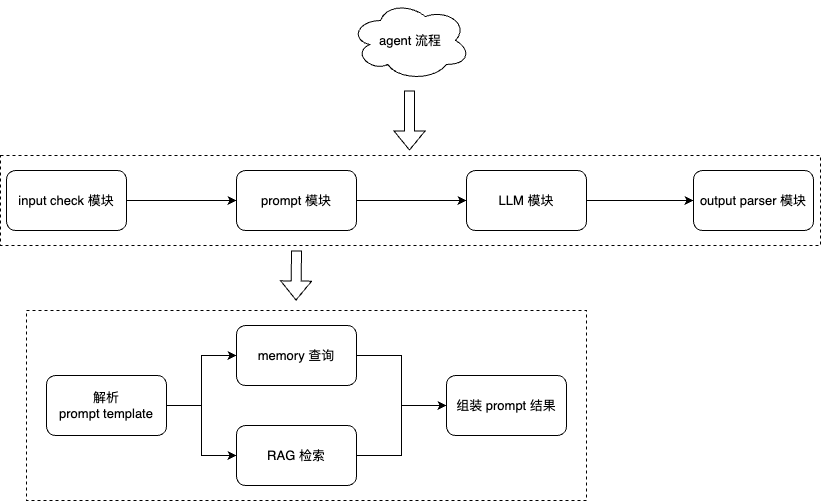
Above: 大模型应用之agent流程图.png in liujunao/draw-data (draw.io), before the change. Source tidied: cells renumbered, new cells last; positions are measured from the earlier drawing's top-left corner, leaving out a move shared by most shapes.
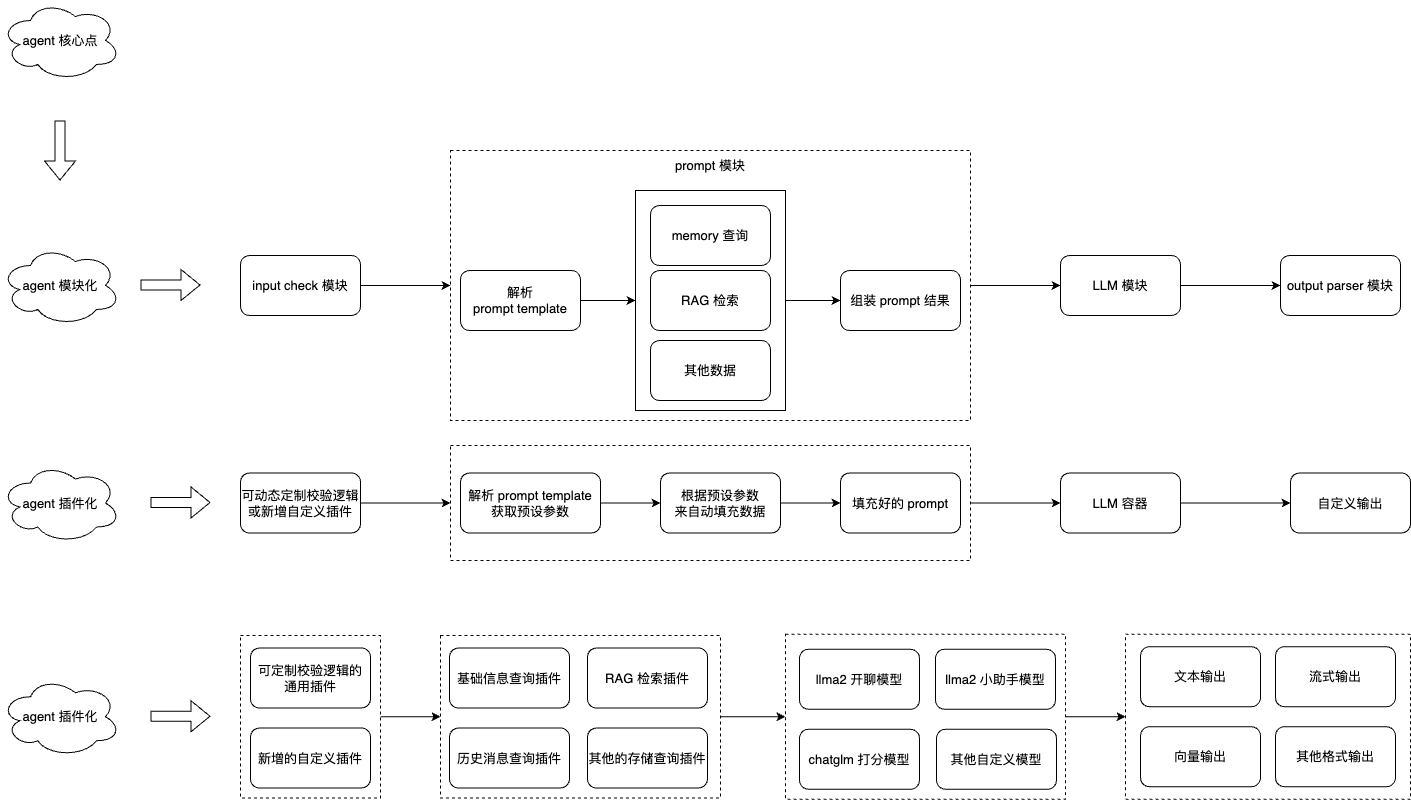
Above is the later version.

Commit message:
更新大模型应用之agent流程图.png

The edit, as a diff of the source:
```diff
@@ -2,71 +2,188 @@
   <root>
     <mxCell id="0" />
     <mxCell id="1" parent="0" />
-    <mxCell id="2" style="rounded=0;whiteSpace=wrap;html=1;dashed=1;" parent="1" vertex="1">
-      <mxGeometry y="155" width="820" height="90" as="geometry" />
-    </mxCell>
+    <mxCell id="22" style="edgeStyle=orthogonalEdgeStyle;rounded=0;jettySize=auto;html=1;exitX=1;exitY=0.5;exitDx=0;exitDy=0;entryX=0;entryY=0.5;entryDx=0;entryDy=0;" parent="1" edge="1" source="23" target="50">
+      <mxGeometry relative="1" as="geometry" />
+    </mxCell>
+    <mxCell id="23" style="rounded=0;whiteSpace=wrap;html=1;dashed=1;" parent="1" vertex="1">
+      <mxGeometry x="260" y="555" width="140" height="162.5" as="geometry" />
+    </mxCell>
+    <mxCell id="24" style="edgeStyle=orthogonalEdgeStyle;rounded=0;jettySize=auto;html=1;exitX=1;exitY=0.5;exitDx=0;exitDy=0;" parent="1" edge="1" source="25" target="43">
+      <mxGeometry relative="1" as="geometry" />
+    </mxCell>
+    <mxCell id="25" style="rounded=0;whiteSpace=wrap;html=1;dashed=1;" parent="1" vertex="1">
+      <mxGeometry x="470" y="365" width="520" height="115" as="geometry" />
+    </mxCell>
+    <mxCell id="26" style="edgeStyle=orthogonalEdgeStyle;rounded=0;jettySize=auto;html=1;exitX=1;exitY=0.5;exitDx=0;exitDy=0;" parent="1" edge="1" source="27" target="9">
+      <mxGeometry relative="1" as="geometry" />
+    </mxCell>
+    <mxCell id="27" style="rounded=0;whiteSpace=wrap;html=1;dashed=1;" parent="1" vertex="1">
+      <mxGeometry x="470" y="70" width="520" height="270" as="geometry" />
+    </mxCell>
+    <mxCell id="28" style="edgeStyle=orthogonalEdgeStyle;rounded=0;jettySize=auto;html=1;exitX=1;exitY=0.5;exitDx=0;exitDy=0;" parent="1" edge="1" source="3" target="18">
+      <mxGeometry relative="1" as="geometry" />
+    </mxCell>
-    <mxCell id="3" style="rounded=0;whiteSpace=wrap;html=1;dashed=1;" parent="1" vertex="1">
-      <mxGeometry x="26" y="310" width="560" height="190" as="geometry" />
+    <mxCell id="3" style="rounded=0;whiteSpace=wrap;html=1;" parent="1" vertex="1">
+      <mxGeometry x="655" y="110" width="150" height="220" as="geometry" />
     </mxCell>
-    <mxCell id="4" style="edgeStyle=orthogonalEdgeStyle;rounded=0;jettySize=auto;html=1;exitX=1;exitY=0.5;exitDx=0;exitDy=0;" parent="1" edge="1" source="5" target="7">
-      <mxGeometry relative="1" as="geometry" />
-    </mxCell>
+    <mxCell id="29" style="edgeStyle=orthogonalEdgeStyle;rounded=0;jettySize=auto;html=1;exitX=1;exitY=0.5;exitDx=0;exitDy=0;" parent="1" edge="1" source="5" target="27">
+      <mxGeometry relative="1" as="geometry" />
+    </mxCell>
     <mxCell id="5" value="input check 模块" style="rounded=1;whiteSpace=wrap;html=1;" parent="1" vertex="1">
-      <mxGeometry x="6" y="170" width="120" height="60" as="geometry" />
+      <mxGeometry x="260" y="175" width="120" height="60" as="geometry" />
     </mxCell>
-    <mxCell id="6" style="edgeStyle=orthogonalEdgeStyle;rounded=0;jettySize=auto;html=1;exitX=1;exitY=0.5;exitDx=0;exitDy=0;" parent="1" edge="1" source="7" target="9">
-      <mxGeometry relative="1" as="geometry" />
-    </mxCell>
-    <mxCell id="7" value="prompt 模块" style="rounded=1;whiteSpace=wrap;html=1;" parent="1" vertex="1">
-      <mxGeometry x="236" y="170" width="120" height="60" as="geometry" />
-    </mxCell>
     <mxCell id="8" style="edgeStyle=orthogonalEdgeStyle;rounded=0;jettySize=auto;html=1;exitX=1;exitY=0.5;exitDx=0;exitDy=0;entryX=0;entryY=0.5;entryDx=0;entryDy=0;" parent="1" edge="1" source="9" target="10">
       <mxGeometry relative="1" as="geometry" />
     </mxCell>
     <mxCell id="9" value="LLM 模块" style="rounded=1;whiteSpace=wrap;html=1;" parent="1" vertex="1">
-      <mxGeometry x="466" y="170" width="120" height="60" as="geometry" />
+      <mxGeometry x="1080" y="175" width="120" height="60" as="geometry" />
     </mxCell>
     <mxCell id="10" value="output parser 模块" style="rounded=1;whiteSpace=wrap;html=1;" parent="1" vertex="1">
-      <mxGeometry x="693" y="170" width="120" height="60" as="geometry" />
+      <mxGeometry x="1300" y="175" width="120" height="60" as="geometry" />
     </mxCell>
-    <mxCell id="11" style="edgeStyle=orthogonalEdgeStyle;rounded=0;jettySize=auto;html=1;exitX=1;exitY=0.5;exitDx=0;exitDy=0;" parent="1" edge="1" source="13" target="15">
-      <mxGeometry relative="1" as="geometry" />
-    </mxCell>
-    <mxCell id="12" style="edgeStyle=orthogonalEdgeStyle;rounded=0;jettySize=auto;html=1;exitX=1;exitY=0.5;exitDx=0;exitDy=0;entryX=0;entryY=0.5;entryDx=0;entryDy=0;" parent="1" edge="1" source="13" target="17">
-      <mxGeometry relative="1" as="geometry" />
-    </mxCell>
+    <mxCell id="30" style="edgeStyle=orthogonalEdgeStyle;rounded=0;jettySize=auto;html=1;exitX=1;exitY=0.5;exitDx=0;exitDy=0;" parent="1" edge="1" source="13" target="3">
+      <mxGeometry relative="1" as="geometry" />
+    </mxCell>
     <mxCell id="13" value="解析 &lt;br&gt;prompt template" style="rounded=1;whiteSpace=wrap;html=1;" parent="1" vertex="1">
-      <mxGeometry x="46" y="375" width="120" height="60" as="geometry" />
+      <mxGeometry x="480" y="190" width="120" height="60" as="geometry" />
     </mxCell>
-    <mxCell id="14" style="edgeStyle=orthogonalEdgeStyle;rounded=0;jettySize=auto;html=1;exitX=1;exitY=0.5;exitDx=0;exitDy=0;entryX=0;entryY=0.5;entryDx=0;entryDy=0;" parent="1" edge="1" source="15" target="18">
-      <mxGeometry relative="1" as="geometry" />
-    </mxCell>
     <mxCell id="15" value="memory 查询" style="rounded=1;whiteSpace=wrap;html=1;" parent="1" vertex="1">
-      <mxGeometry x="236" y="325" width="120" height="60" as="geometry" />
+      <mxGeometry x="670" y="125" width="120" height="60" as="geometry" />
     </mxCell>
-    <mxCell id="16" style="edgeStyle=orthogonalEdgeStyle;rounded=0;jettySize=auto;html=1;exitX=1;exitY=0.5;exitDx=0;exitDy=0;" parent="1" edge="1" source="17" target="18">
-      <mxGeometry relative="1" as="geometry" />
-    </mxCell>
     <mxCell id="17" value="RAG 检索" style="rounded=1;whiteSpace=wrap;html=1;" parent="1" vertex="1">
-      <mxGeometry x="236" y="425" width="120" height="60" as="geometry" />
+      <mxGeometry x="670" y="190" width="120" height="60" as="geometry" />
     </mxCell>
     <mxCell id="18" value="组装 prompt 结果" style="rounded=1;whiteSpace=wrap;html=1;" parent="1" vertex="1">
-      <mxGeometry x="446" y="375" width="120" height="60" as="geometry" />
+      <mxGeometry x="860" y="190" width="120" height="60" as="geometry" />
     </mxCell>
-    <mxCell id="19" style="shape=flexArrow;endArrow=classic;html=1;rounded=0;" parent="1" edge="1">
-      <mxGeometry relative="1" as="geometry">
-        <mxPoint x="296" y="250" as="sourcePoint" />
-        <mxPoint x="295.5" y="300" as="targetPoint" />
-      </mxGeometry>
-    </mxCell>
-    <mxCell id="20" value="agent 流程" style="ellipse;shape=cloud;whiteSpace=wrap;html=1;" parent="1" vertex="1">
-      <mxGeometry x="350" width="120" height="80" as="geometry" />
+    <mxCell id="20" value="agent 模块化" style="ellipse;shape=cloud;whiteSpace=wrap;html=1;" parent="1" vertex="1">
+      <mxGeometry x="20" y="165" width="120" height="80" as="geometry" />
     </mxCell>
-    <mxCell id="21" style="shape=flexArrow;endArrow=classic;html=1;rounded=0;" parent="1" edge="1">
-      <mxGeometry relative="1" as="geometry">
-        <mxPoint x="409" y="90" as="sourcePoint" />
-        <mxPoint x="409" y="150" as="targetPoint" />
-      </mxGeometry>
-    </mxCell>
+    <mxCell id="31" value="其他数据" style="rounded=1;whiteSpace=wrap;html=1;" parent="1" vertex="1">
+      <mxGeometry x="670" y="260" width="120" height="60" as="geometry" />
+    </mxCell>
+    <mxCell id="7" value="prompt 模块" style="text;html=1;align=center;verticalAlign=middle;whiteSpace=wrap;rounded=0;" parent="1" vertex="1">
+      <mxGeometry x="680" y="70" width="100" height="30" as="geometry" />
+    </mxCell>
+    <mxCell id="32" style="shape=flexArrow;endArrow=classic;html=1;rounded=0;" parent="1" edge="1">
+      <mxGeometry relative="1" as="geometry">
+        <mxPoint x="160" y="204.5" as="sourcePoint" />
+        <mxPoint x="220" y="204.5" as="targetPoint" />
+      </mxGeometry>
+    </mxCell>
+    <mxCell id="33" value="agent 插件化" style="ellipse;shape=cloud;whiteSpace=wrap;html=1;" parent="1" vertex="1">
+      <mxGeometry x="20" y="382.5" width="120" height="80" as="geometry" />
+    </mxCell>
+    <mxCell id="34" style="shape=flexArrow;endArrow=classic;html=1;rounded=0;" parent="1" edge="1">
+      <mxGeometry relative="1" as="geometry">
+        <mxPoint x="170" y="422" as="sourcePoint" />
+        <mxPoint x="230" y="422" as="targetPoint" />
+      </mxGeometry>
+    </mxCell>
+    <mxCell id="35" style="edgeStyle=orthogonalEdgeStyle;rounded=0;jettySize=auto;html=1;exitX=1;exitY=0.5;exitDx=0;exitDy=0;" parent="1" edge="1" source="36" target="25">
+      <mxGeometry relative="1" as="geometry" />
+    </mxCell>
+    <mxCell id="36" value="可动态定制校验逻辑或新增自定义插件" style="rounded=1;whiteSpace=wrap;html=1;" parent="1" vertex="1">
+      <mxGeometry x="260" y="392.5" width="120" height="60" as="geometry" />
+    </mxCell>
+    <mxCell id="37" style="edgeStyle=orthogonalEdgeStyle;rounded=0;jettySize=auto;html=1;exitX=1;exitY=0.5;exitDx=0;exitDy=0;" parent="1" edge="1" source="38" target="40">
+      <mxGeometry relative="1" as="geometry" />
+    </mxCell>
+    <mxCell id="38" value="解析 prompt template 获取预设参数" style="rounded=1;whiteSpace=wrap;html=1;" parent="1" vertex="1">
+      <mxGeometry x="480" y="392.5" width="140" height="60" as="geometry" />
+    </mxCell>
+    <mxCell id="39" style="edgeStyle=orthogonalEdgeStyle;rounded=0;jettySize=auto;html=1;exitX=1;exitY=0.5;exitDx=0;exitDy=0;" parent="1" edge="1" source="40" target="41">
+      <mxGeometry relative="1" as="geometry" />
+    </mxCell>
+    <mxCell id="40" value="根据预设参数&lt;br&gt;来自动填充数据" style="rounded=1;whiteSpace=wrap;html=1;" parent="1" vertex="1">
+      <mxGeometry x="680" y="392.5" width="120" height="60" as="geometry" />
+    </mxCell>
+    <mxCell id="41" value="填充好的 prompt" style="rounded=1;whiteSpace=wrap;html=1;" parent="1" vertex="1">
+      <mxGeometry x="860" y="392.5" width="120" height="60" as="geometry" />
+    </mxCell>
+    <mxCell id="42" style="edgeStyle=orthogonalEdgeStyle;rounded=0;jettySize=auto;html=1;exitX=1;exitY=0.5;exitDx=0;exitDy=0;" parent="1" edge="1" source="43" target="44">
+      <mxGeometry relative="1" as="geometry" />
+    </mxCell>
+    <mxCell id="43" value="LLM 容器" style="rounded=1;whiteSpace=wrap;html=1;" parent="1" vertex="1">
+      <mxGeometry x="1080" y="392.5" width="120" height="60" as="geometry" />
+    </mxCell>
+    <mxCell id="44" value="自定义输出" style="rounded=1;whiteSpace=wrap;html=1;" parent="1" vertex="1">
+      <mxGeometry x="1310" y="392.5" width="120" height="60" as="geometry" />
+    </mxCell>
+    <mxCell id="45" value="agent 插件化" style="ellipse;shape=cloud;whiteSpace=wrap;html=1;" parent="1" vertex="1">
+      <mxGeometry x="20" y="596.2" width="120" height="80" as="geometry" />
+    </mxCell>
+    <mxCell id="46" value="可定制校验逻辑的&lt;br&gt;通用插件" style="rounded=1;whiteSpace=wrap;html=1;" parent="1" vertex="1">
+      <mxGeometry x="270" y="567.5" width="120" height="60" as="geometry" />
+    </mxCell>
+    <mxCell id="47" value="新增的自定义插件" style="rounded=1;whiteSpace=wrap;html=1;" parent="1" vertex="1">
+      <mxGeometry x="270" y="647.5" width="120" height="60" as="geometry" />
+    </mxCell>
+    <mxCell id="48" style="shape=flexArrow;endArrow=classic;html=1;rounded=0;" parent="1" edge="1">
+      <mxGeometry relative="1" as="geometry">
+        <mxPoint x="170" y="635.8" as="sourcePoint" />
+        <mxPoint x="230" y="635.8" as="targetPoint" />
+      </mxGeometry>
+    </mxCell>
+    <mxCell id="49" style="edgeStyle=orthogonalEdgeStyle;rounded=0;jettySize=auto;html=1;" parent="1" edge="1" source="50" target="56">
+      <mxGeometry relative="1" as="geometry" />
+    </mxCell>
+    <mxCell id="50" style="rounded=0;whiteSpace=wrap;html=1;dashed=1;" parent="1" vertex="1">
+      <mxGeometry x="460" y="555" width="280" height="162.5" as="geometry" />
+    </mxCell>
+    <mxCell id="51" value="基础信息查询插件" style="rounded=1;whiteSpace=wrap;html=1;" parent="1" vertex="1">
+      <mxGeometry x="469" y="567.5" width="120" height="60" as="geometry" />
+    </mxCell>
+    <mxCell id="52" value="RAG 检索插件" style="rounded=1;whiteSpace=wrap;html=1;" parent="1" vertex="1">
+      <mxGeometry x="607" y="567.5" width="120" height="60" as="geometry" />
+    </mxCell>
+    <mxCell id="53" value="历史消息查询插件" style="rounded=1;whiteSpace=wrap;html=1;" parent="1" vertex="1">
+      <mxGeometry x="469" y="647.5" width="120" height="60" as="geometry" />
+    </mxCell>
+    <mxCell id="54" value="其他的存储查询插件" style="rounded=1;whiteSpace=wrap;html=1;" parent="1" vertex="1">
+      <mxGeometry x="607" y="647.5" width="120" height="60" as="geometry" />
+    </mxCell>
+    <mxCell id="55" style="edgeStyle=orthogonalEdgeStyle;rounded=0;jettySize=auto;html=1;exitX=1;exitY=0.5;exitDx=0;exitDy=0;" parent="1" edge="1" source="56" target="61">
+      <mxGeometry relative="1" as="geometry" />
+    </mxCell>
+    <mxCell id="56" style="rounded=0;whiteSpace=wrap;html=1;dashed=1;" parent="1" vertex="1">
+      <mxGeometry x="805" y="553.8" width="280" height="165" as="geometry" />
+    </mxCell>
+    <mxCell id="57" value="llma2 开聊模型" style="rounded=1;whiteSpace=wrap;html=1;" parent="1" vertex="1">
+      <mxGeometry x="819" y="568.8" width="120" height="60" as="geometry" />
+    </mxCell>
+    <mxCell id="58" value="llma2 小助手模型" style="rounded=1;whiteSpace=wrap;html=1;" parent="1" vertex="1">
+      <mxGeometry x="955" y="568.8" width="120" height="60" as="geometry" />
+    </mxCell>
+    <mxCell id="59" value="chatglm 打分模型" style="rounded=1;whiteSpace=wrap;html=1;" parent="1" vertex="1">
+      <mxGeometry x="819" y="648.8" width="120" height="60" as="geometry" />
+    </mxCell>
+    <mxCell id="60" value="其他自定义模型" style="rounded=1;whiteSpace=wrap;html=1;" parent="1" vertex="1">
+      <mxGeometry x="956" y="648.8" width="120" height="60" as="geometry" />
+    </mxCell>
+    <mxCell id="61" style="rounded=0;whiteSpace=wrap;html=1;dashed=1;" parent="1" vertex="1">
+      <mxGeometry x="1145" y="553.8" width="285" height="165" as="geometry" />
+    </mxCell>
+    <mxCell id="62" value="文本输出" style="rounded=1;whiteSpace=wrap;html=1;" parent="1" vertex="1">
+      <mxGeometry x="1160" y="566.2" width="120" height="60" as="geometry" />
+    </mxCell>
+    <mxCell id="63" value="流式输出" style="rounded=1;whiteSpace=wrap;html=1;" parent="1" vertex="1">
+      <mxGeometry x="1295" y="566.2" width="120" height="60" as="geometry" />
+    </mxCell>
+    <mxCell id="64" value="向量输出" style="rounded=1;whiteSpace=wrap;html=1;" parent="1" vertex="1">
+      <mxGeometry x="1160" y="646.2" width="120" height="60" as="geometry" />
+    </mxCell>
+    <mxCell id="65" value="其他格式输出" style="rounded=1;whiteSpace=wrap;html=1;" parent="1" vertex="1">
+      <mxGeometry x="1295" y="646.2" width="120" height="60" as="geometry" />
+    </mxCell>
+    <mxCell id="66" value="agent 核心点" style="ellipse;shape=cloud;whiteSpace=wrap;html=1;" parent="1" vertex="1">
+      <mxGeometry x="20" y="-80" width="120" height="80" as="geometry" />
+    </mxCell>
+    <mxCell id="67" style="shape=flexArrow;endArrow=classic;html=1;rounded=0;" parent="1" edge="1">
+      <mxGeometry relative="1" as="geometry">
+        <mxPoint x="79.5" y="40" as="sourcePoint" />
+        <mxPoint x="79.5" y="100" as="targetPoint" />
+      </mxGeometry>
+    </mxCell>
   </root>
 </mxGraphModel>
```
